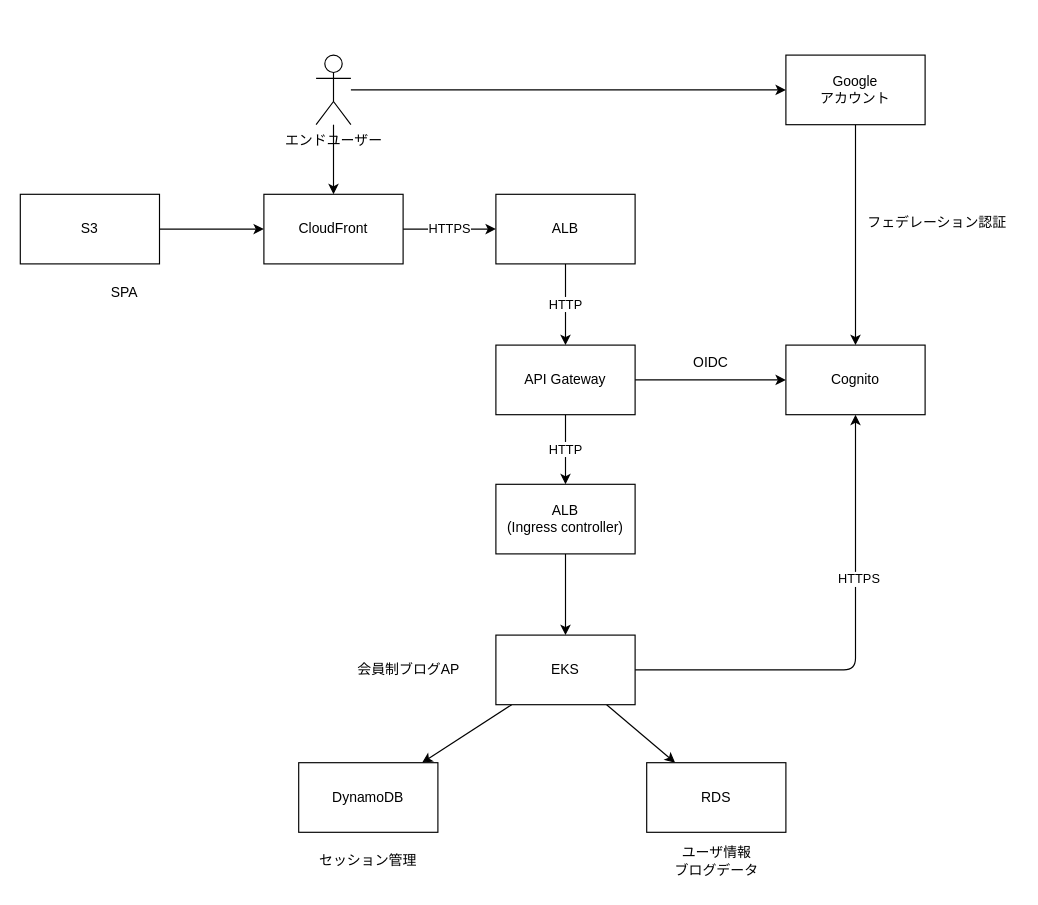
The draw.io diagram docs/design/architecture.dio in kujiraf/my-sample-web, before the edit. Source tidied: cells renumbered, new cells numbered last; positions are measured from the earlier drawing's top-left corner, leaving out a move shared by most shapes. Both pictures are drawn from the tidied source at 116%, with x=0, y=0 at pixel (20, 55).
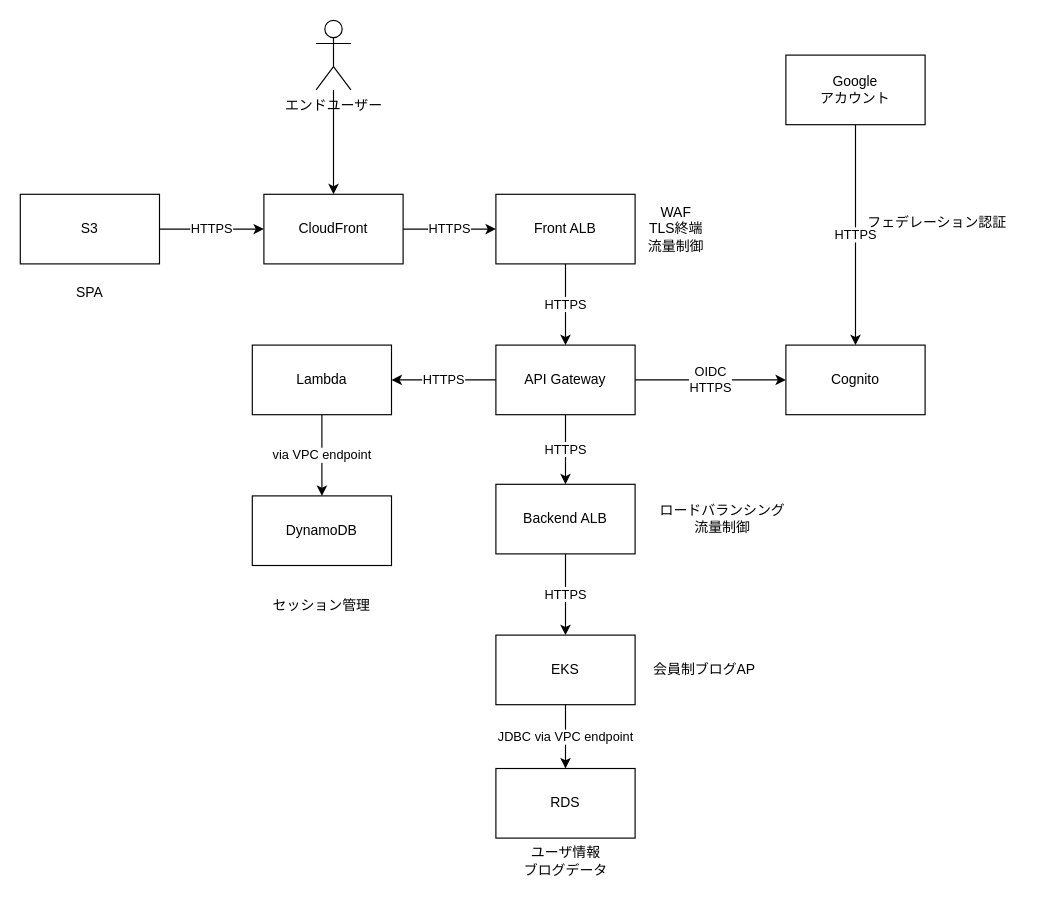
The same page after the edit.

Unchanged cells that the change refers to:
```xml
<mxCell id="3" value="S3" style="rounded=0;whiteSpace=wrap;html=1;" parent="1" vertex="1">
  <mxGeometry y="120" width="120" height="60" as="geometry" />
</mxCell>
<mxCell id="5" value="CloudFront" style="rounded=0;whiteSpace=wrap;html=1;" parent="1" vertex="1">
  <mxGeometry x="210" y="120" width="120" height="60" as="geometry" />
</mxCell>
<mxCell id="12" value="EKS" style="rounded=0;whiteSpace=wrap;html=1;" parent="1" vertex="1">
  <mxGeometry x="410" y="500" width="120" height="60" as="geometry" />
</mxCell>
<mxCell id="21" value="API Gateway" style="rounded=0;whiteSpace=wrap;html=1;" parent="1" vertex="1">
  <mxGeometry x="410" y="250" width="120" height="60" as="geometry" />
</mxCell>
<mxCell id="23" value="Cognito" style="rounded=0;whiteSpace=wrap;html=1;" parent="1" vertex="1">
  <mxGeometry x="660" y="250" width="120" height="60" as="geometry" />
</mxCell>
<mxCell id="28" value="Google&lt;br&gt;アカウント" style="rounded=0;whiteSpace=wrap;html=1;" parent="1" vertex="1">
  <mxGeometry x="660" width="120" height="60" as="geometry" />
</mxCell>
```

What changed in the source:
```diff
@@
-    <mxCell id="2" style="edgeStyle=none;html=1;" parent="1" edge="1" source="3" target="5">
+    <mxCell id="2" value="HTTPS" style="edgeStyle=none;html=1;" parent="1" edge="1" source="3" target="5">
       <mxGeometry relative="1" as="geometry" />
     </mxCell>
@@
-    <mxCell id="6" value="HTTP" style="edgeStyle=none;html=1;" parent="1" edge="1" source="7" target="21">
+    <mxCell id="6" value="HTTPS" style="edgeStyle=none;html=1;" parent="1" edge="1" source="7" target="21">
       <mxGeometry relative="1" as="geometry" />
     </mxCell>
-    <mxCell id="7" value="ALB" style="rounded=0;whiteSpace=wrap;html=1;" parent="1" vertex="1">
+    <mxCell id="7" value="Front ALB" style="rounded=0;whiteSpace=wrap;html=1;" parent="1" vertex="1">
       <mxGeometry x="410" y="120" width="120" height="60" as="geometry" />
     </mxCell>
-    <mxCell id="8" style="edgeStyle=none;html=1;" parent="1" edge="1" source="12" target="13">
-      <mxGeometry relative="1" as="geometry" />
-    </mxCell>
-    <mxCell id="9" style="edgeStyle=none;html=1;" parent="1" edge="1" source="12" target="14">
+    <mxCell id="9" value="JDBC via VPC endpoint" style="edgeStyle=none;html=1;" parent="1" edge="1" source="12" target="14">
       <mxGeometry relative="1" as="geometry" />
     </mxCell>
-    <mxCell id="10" style="edgeStyle=none;html=1;entryX=0.5;entryY=1;entryDx=0;entryDy=0;" parent="1" edge="1" source="12" target="23">
-      <mxGeometry relative="1" as="geometry">
-        <Array as="points">
-          <mxPoint x="720" y="530" />
-        </Array>
-      </mxGeometry>
-    </mxCell>
-    <mxCell id="11" value="HTTPS" style="edgeLabel;html=1;align=center;verticalAlign=middle;" parent="10" vertex="1">
-      <mxGeometry x="0.31" y="-2" relative="1" as="geometry" />
-    </mxCell>
@@
     <mxCell id="13" value="DynamoDB" style="rounded=0;whiteSpace=wrap;html=1;" parent="1" vertex="1">
-      <mxGeometry x="240" y="610" width="120" height="60" as="geometry" />
+      <mxGeometry x="200" y="380" width="120" height="60" as="geometry" />
     </mxCell>
     <mxCell id="14" value="RDS" style="rounded=0;whiteSpace=wrap;html=1;" parent="1" vertex="1">
-      <mxGeometry x="540" y="610" width="120" height="60" as="geometry" />
+      <mxGeometry x="410" y="615" width="120" height="60" as="geometry" />
     </mxCell>
@@
-    <mxCell id="16" style="edgeStyle=none;html=1;entryX=0;entryY=0.5;entryDx=0;entryDy=0;" parent="1" edge="1" source="17" target="28">
-      <mxGeometry relative="1" as="geometry" />
-    </mxCell>
     <mxCell id="17" value="エンドユーザー" style="shape=umlActor;verticalLabelPosition=bottom;verticalAlign=top;html=1;outlineConnect=0;" parent="1" vertex="1">
-      <mxGeometry x="255" width="30" height="60" as="geometry" />
+      <mxGeometry x="255" y="-30" width="30" height="60" as="geometry" />
     </mxCell>
     <mxCell id="18" value="セッション管理" style="text;html=1;strokeColor=none;fillColor=none;align=center;verticalAlign=middle;whiteSpace=wrap;rounded=0;" parent="1" vertex="1">
-      <mxGeometry x="250" y="680" width="100" height="30" as="geometry" />
+      <mxGeometry x="210" y="460" width="100" height="30" as="geometry" />
     </mxCell>
-    <mxCell id="19" style="edgeStyle=none;html=1;exitX=1;exitY=0.5;exitDx=0;exitDy=0;" parent="1" edge="1" source="21" target="23">
+    <mxCell id="19" value="OIDC&lt;br&gt;HTTPS" style="edgeStyle=none;html=1;exitX=1;exitY=0.5;exitDx=0;exitDy=0;" parent="1" edge="1" source="21" target="23">
       <mxGeometry relative="1" as="geometry">
         <Array as="points">
           <mxPoint x="580" y="280" />
         </Array>
       </mxGeometry>
     </mxCell>
-    <mxCell id="20" value="HTTP" style="edgeStyle=none;html=1;" parent="1" edge="1" source="21" target="31">
+    <mxCell id="20" value="HTTPS" style="edgeStyle=none;html=1;" parent="1" edge="1" source="21" target="31">
       <mxGeometry relative="1" as="geometry" />
     </mxCell>
+    <mxCell id="32" value="HTTPS" style="edgeStyle=none;html=1;entryX=1;entryY=0.5;entryDx=0;entryDy=0;" parent="1" edge="1" source="21" target="35">
+      <mxGeometry relative="1" as="geometry" />
+    </mxCell>
@@
     <mxCell id="22" value="ユーザ情報&lt;br&gt;ブログデータ" style="text;html=1;align=center;verticalAlign=middle;strokeColor=none;fillColor=none;" parent="1" vertex="1">
-      <mxGeometry x="550" y="675" width="100" height="40" as="geometry" />
+      <mxGeometry x="420" y="675" width="100" height="40" as="geometry" />
     </mxCell>
@@
     <mxCell id="24" value="SPA" style="text;html=1;strokeColor=none;fillColor=none;align=center;verticalAlign=middle;whiteSpace=wrap;rounded=0;" parent="1" vertex="1">
-      <mxGeometry x="40" y="190" width="100" height="30" as="geometry" />
+      <mxGeometry x="10" y="190" width="100" height="30" as="geometry" />
     </mxCell>
     <mxCell id="25" value="会員制ブログAP" style="text;html=1;strokeColor=none;fillColor=none;align=center;verticalAlign=middle;whiteSpace=wrap;rounded=0;" parent="1" vertex="1">
-      <mxGeometry x="285" y="515" width="100" height="30" as="geometry" />
+      <mxGeometry x="540" y="515" width="100" height="30" as="geometry" />
     </mxCell>
-    <mxCell id="26" value="OIDC" style="text;html=1;align=center;verticalAlign=middle;strokeColor=none;fillColor=none;" parent="1" vertex="1">
-      <mxGeometry x="570" y="250" width="50" height="30" as="geometry" />
-    </mxCell>
-    <mxCell id="27" style="edgeStyle=none;html=1;entryX=0.5;entryY=0;entryDx=0;entryDy=0;" parent="1" edge="1" source="28" target="23">
+    <mxCell id="27" value="HTTPS" style="edgeStyle=none;html=1;entryX=0.5;entryY=0;entryDx=0;entryDy=0;" parent="1" edge="1" source="28" target="23">
       <mxGeometry relative="1" as="geometry" />
     </mxCell>
@@
-    <mxCell id="30" style="edgeStyle=none;html=1;" parent="1" edge="1" source="31" target="12">
+    <mxCell id="30" value="HTTPS" style="edgeStyle=none;html=1;" parent="1" edge="1" source="31" target="12">
       <mxGeometry relative="1" as="geometry" />
     </mxCell>
-    <mxCell id="31" value="ALB&lt;br&gt;(Ingress controller)" style="rounded=0;whiteSpace=wrap;html=1;" parent="1" vertex="1">
+    <mxCell id="31" value="Backend ALB" style="rounded=0;whiteSpace=wrap;html=1;" parent="1" vertex="1">
       <mxGeometry x="410" y="370" width="120" height="60" as="geometry" />
     </mxCell>
+    <mxCell id="11" value="WAF&lt;br&gt;TLS終端&lt;br&gt;流量制御" style="text;html=1;align=center;verticalAlign=middle;strokeColor=none;fillColor=none;" parent="1" vertex="1">
+      <mxGeometry x="530" y="120" width="70" height="60" as="geometry" />
+    </mxCell>
+    <mxCell id="33" value="ロードバランシング&lt;br&gt;流量制御" style="text;html=1;align=center;verticalAlign=middle;strokeColor=none;fillColor=none;" parent="1" vertex="1">
+      <mxGeometry x="540" y="380" width="130" height="40" as="geometry" />
+    </mxCell>
+    <mxCell id="34" value="via VPC endpoint" style="edgeStyle=none;html=1;" parent="1" edge="1" source="35" target="13">
+      <mxGeometry relative="1" as="geometry" />
+    </mxCell>
+    <mxCell id="35" value="Lambda" style="rounded=0;whiteSpace=wrap;html=1;" parent="1" vertex="1">
+      <mxGeometry x="200" y="250" width="120" height="60" as="geometry" />
+    </mxCell>
```
